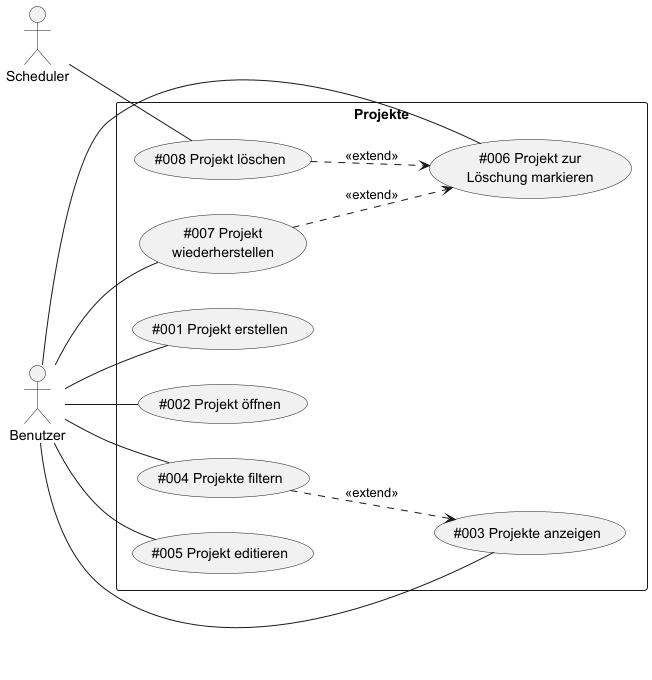
This is data-integration-documentation/src/main/images/usecases/projects.png from TuncerCatalkaya/data-integration, a PlantUML export, as it was before one commit.
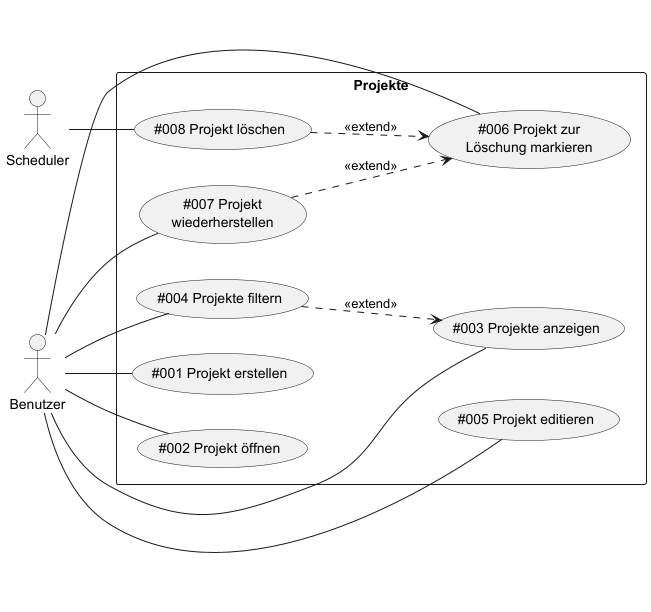
After the commit.

The edit, as a diff of the source:
```diff
@@ -25,6 +25,8 @@
 Actor1 -- (UC6)
 Actor1 -- (UC7)
 
+(UC1) -[hidden]- (UC5)
+
 (UC4) ..> (UC3) : <<extend>>
 (UC7) ..> UC6 : <<extend>>
 (UC8) ..> UC6 : <<extend>>
```
